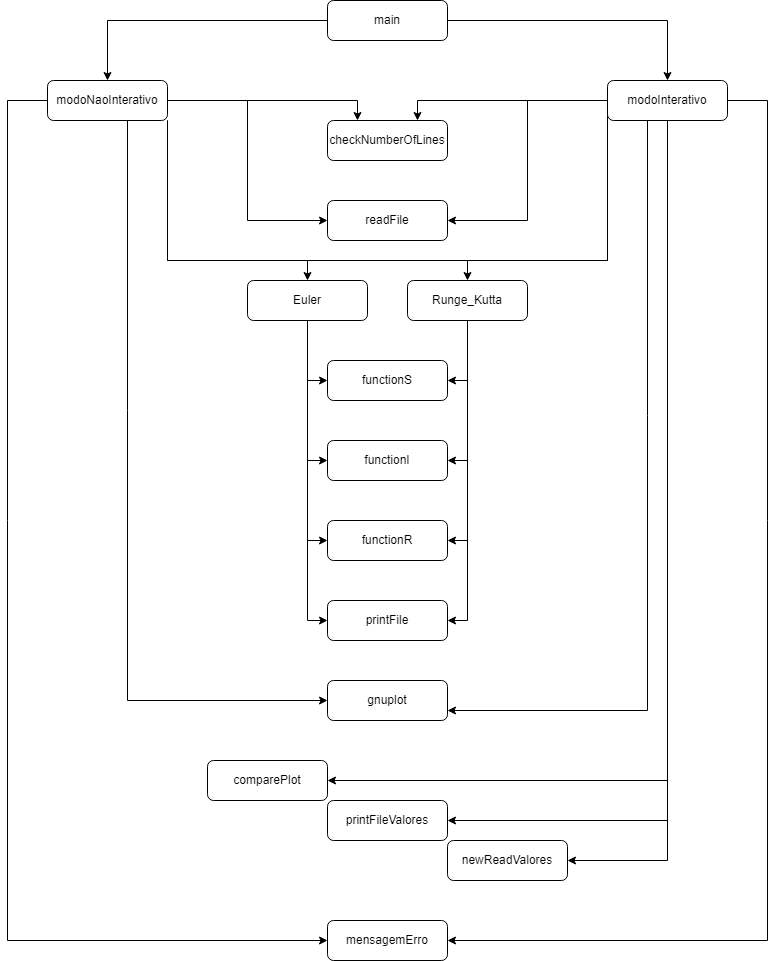
Above: Documentos/Imagens/diagrama.png in PureNimble/ISEP-LAPR1 (draw.io), before the change. Source tidied: cells renumbered, new cells last; positions are measured from the earlier drawing's top-left corner, leaving out a move shared by most shapes. Its diagram source:
```xml
<mxGraphModel>
  <root>
    <mxCell id="0" />
    <mxCell id="1" parent="0" />
    <mxCell id="2" style="edgeStyle=orthogonalEdgeStyle;rounded=0;jettySize=auto;html=1;" parent="1" edge="1" source="4" target="11">
      <mxGeometry relative="1" as="geometry" />
    </mxCell>
    <mxCell id="3" style="edgeStyle=orthogonalEdgeStyle;rounded=0;jettySize=auto;html=1;entryX=0.5;entryY=0;entryDx=0;entryDy=0;" parent="1" edge="1" source="4" target="20">
      <mxGeometry relative="1" as="geometry" />
    </mxCell>
    <mxCell id="4" value="main" style="rounded=1;whiteSpace=wrap;html=1;fontSize=12;glass=0;strokeWidth=1;shadow=0;" parent="1" vertex="1">
      <mxGeometry x="320" width="120" height="40" as="geometry" />
    </mxCell>
    <mxCell id="5" style="edgeStyle=orthogonalEdgeStyle;rounded=0;jettySize=auto;html=1;entryX=0.25;entryY=0;entryDx=0;entryDy=0;" parent="1" edge="1" source="11" target="21">
      <mxGeometry relative="1" as="geometry" />
    </mxCell>
    <mxCell id="6" style="edgeStyle=orthogonalEdgeStyle;rounded=0;jettySize=auto;html=1;entryX=0;entryY=0.5;entryDx=0;entryDy=0;strokeColor=default;" parent="1" edge="1" source="11" target="22">
      <mxGeometry relative="1" as="geometry" />
    </mxCell>
    <mxCell id="7" style="edgeStyle=orthogonalEdgeStyle;rounded=0;jettySize=auto;html=1;entryX=0;entryY=0.5;entryDx=0;entryDy=0;" parent="1" edge="1" source="11" target="23">
      <mxGeometry relative="1" as="geometry">
        <Array as="points">
          <mxPoint y="100" />
          <mxPoint y="940" />
        </Array>
      </mxGeometry>
    </mxCell>
    <mxCell id="8" style="edgeStyle=orthogonalEdgeStyle;rounded=0;jettySize=auto;html=1;entryX=0;entryY=0.5;entryDx=0;entryDy=0;strokeColor=default;endArrow=none;endFill=0;" parent="1" edge="1" source="11" target="20">
      <mxGeometry relative="1" as="geometry">
        <Array as="points">
          <mxPoint x="160" y="260" />
          <mxPoint x="600" y="260" />
        </Array>
      </mxGeometry>
    </mxCell>
    <mxCell id="9" style="edgeStyle=orthogonalEdgeStyle;rounded=0;jettySize=auto;html=1;strokeColor=default;endArrow=classic;endFill=1;" parent="1" edge="1" source="11" target="28">
      <mxGeometry relative="1" as="geometry">
        <Array as="points">
          <mxPoint x="160" y="260" />
          <mxPoint x="300" y="260" />
        </Array>
      </mxGeometry>
    </mxCell>
    <mxCell id="10" style="edgeStyle=orthogonalEdgeStyle;rounded=0;jettySize=auto;html=1;entryX=0;entryY=0.5;entryDx=0;entryDy=0;" parent="1" edge="1" source="11" target="34">
      <mxGeometry relative="1" as="geometry">
        <Array as="points">
          <mxPoint x="120" y="700" />
        </Array>
      </mxGeometry>
    </mxCell>
    <mxCell id="11" value="modoNaoInterativo" style="rounded=1;whiteSpace=wrap;html=1;fontSize=12;glass=0;strokeWidth=1;shadow=0;" parent="1" vertex="1">
      <mxGeometry x="40" y="80" width="120" height="40" as="geometry" />
    </mxCell>
    <mxCell id="12" style="edgeStyle=orthogonalEdgeStyle;rounded=0;jettySize=auto;html=1;entryX=0.75;entryY=0;entryDx=0;entryDy=0;" parent="1" edge="1" source="20" target="21">
      <mxGeometry relative="1" as="geometry" />
    </mxCell>
    <mxCell id="13" style="edgeStyle=orthogonalEdgeStyle;rounded=0;jettySize=auto;html=1;entryX=1;entryY=0.5;entryDx=0;entryDy=0;" parent="1" edge="1" source="20" target="22">
      <mxGeometry relative="1" as="geometry" />
    </mxCell>
    <mxCell id="14" style="edgeStyle=orthogonalEdgeStyle;rounded=0;jettySize=auto;html=1;" parent="1" edge="1" source="20" target="34">
      <mxGeometry relative="1" as="geometry">
        <Array as="points">
          <mxPoint x="640" y="710" />
        </Array>
      </mxGeometry>
    </mxCell>
    <mxCell id="15" style="edgeStyle=orthogonalEdgeStyle;rounded=0;jettySize=auto;html=1;entryX=1;entryY=0.5;entryDx=0;entryDy=0;" parent="1" edge="1" source="20" target="23">
      <mxGeometry relative="1" as="geometry">
        <Array as="points">
          <mxPoint x="760" y="100" />
          <mxPoint x="760" y="940" />
        </Array>
      </mxGeometry>
    </mxCell>
    <mxCell id="16" style="edgeStyle=orthogonalEdgeStyle;rounded=0;jettySize=auto;html=1;entryX=0.5;entryY=0;entryDx=0;entryDy=0;strokeColor=default;endArrow=classic;endFill=1;" parent="1" edge="1" source="20" target="33">
      <mxGeometry relative="1" as="geometry">
        <Array as="points">
          <mxPoint x="600" y="260" />
          <mxPoint x="460" y="260" />
        </Array>
      </mxGeometry>
    </mxCell>
    <mxCell id="17" style="edgeStyle=orthogonalEdgeStyle;rounded=0;jettySize=auto;html=1;entryX=1;entryY=0.5;entryDx=0;entryDy=0;" parent="1" edge="1" source="20" target="39">
      <mxGeometry relative="1" as="geometry">
        <Array as="points">
          <mxPoint x="660" y="780" />
        </Array>
      </mxGeometry>
    </mxCell>
    <mxCell id="18" style="edgeStyle=orthogonalEdgeStyle;rounded=0;jettySize=auto;html=1;entryX=1;entryY=0.5;entryDx=0;entryDy=0;" parent="1" edge="1" source="20" target="40">
      <mxGeometry relative="1" as="geometry">
        <Array as="points">
          <mxPoint x="660" y="820" />
        </Array>
      </mxGeometry>
    </mxCell>
    <mxCell id="19" style="edgeStyle=orthogonalEdgeStyle;rounded=0;jettySize=auto;html=1;entryX=1;entryY=0.5;entryDx=0;entryDy=0;" parent="1" edge="1" source="20" target="41">
      <mxGeometry relative="1" as="geometry">
        <Array as="points">
          <mxPoint x="660" y="860" />
        </Array>
      </mxGeometry>
    </mxCell>
    <mxCell id="20" value="modoInterativo" style="rounded=1;whiteSpace=wrap;html=1;fontSize=12;glass=0;strokeWidth=1;shadow=0;" parent="1" vertex="1">
      <mxGeometry x="600" y="80" width="120" height="40" as="geometry" />
    </mxCell>
    <mxCell id="21" value="checkNumberOfLines" style="rounded=1;whiteSpace=wrap;html=1;fontSize=12;glass=0;strokeWidth=1;shadow=0;" parent="1" vertex="1">
      <mxGeometry x="320" y="120" width="120" height="40" as="geometry" />
    </mxCell>
    <mxCell id="22" value="readFile" style="rounded=1;whiteSpace=wrap;html=1;fontSize=12;glass=0;strokeWidth=1;shadow=0;" parent="1" vertex="1">
      <mxGeometry x="320" y="200" width="120" height="40" as="geometry" />
    </mxCell>
    <mxCell id="23" value="mensagemErro" style="rounded=1;whiteSpace=wrap;html=1;fontSize=12;glass=0;strokeWidth=1;shadow=0;" parent="1" vertex="1">
      <mxGeometry x="320" y="920" width="120" height="40" as="geometry" />
    </mxCell>
    <mxCell id="24" style="edgeStyle=orthogonalEdgeStyle;rounded=0;jettySize=auto;html=1;entryX=0;entryY=0.5;entryDx=0;entryDy=0;" parent="1" edge="1" source="28" target="36">
      <mxGeometry relative="1" as="geometry" />
    </mxCell>
    <mxCell id="25" style="edgeStyle=orthogonalEdgeStyle;rounded=0;jettySize=auto;html=1;entryX=0;entryY=0.5;entryDx=0;entryDy=0;" parent="1" edge="1" source="28" target="35">
      <mxGeometry relative="1" as="geometry" />
    </mxCell>
    <mxCell id="26" style="edgeStyle=orthogonalEdgeStyle;rounded=0;jettySize=auto;html=1;entryX=0;entryY=0.5;entryDx=0;entryDy=0;" parent="1" edge="1" source="28" target="37">
      <mxGeometry relative="1" as="geometry" />
    </mxCell>
    <mxCell id="27" style="edgeStyle=orthogonalEdgeStyle;rounded=0;jettySize=auto;html=1;entryX=0;entryY=0.5;entryDx=0;entryDy=0;" parent="1" edge="1" source="28" target="38">
      <mxGeometry relative="1" as="geometry" />
    </mxCell>
    <mxCell id="28" value="Euler" style="rounded=1;whiteSpace=wrap;html=1;fontSize=12;glass=0;strokeWidth=1;shadow=0;" parent="1" vertex="1">
      <mxGeometry x="240" y="280" width="120" height="40" as="geometry" />
    </mxCell>
    <mxCell id="29" style="edgeStyle=orthogonalEdgeStyle;rounded=0;jettySize=auto;html=1;entryX=1;entryY=0.5;entryDx=0;entryDy=0;" parent="1" edge="1" source="33" target="36">
      <mxGeometry relative="1" as="geometry" />
    </mxCell>
    <mxCell id="30" style="edgeStyle=orthogonalEdgeStyle;rounded=0;jettySize=auto;html=1;entryX=1;entryY=0.5;entryDx=0;entryDy=0;" parent="1" edge="1" source="33" target="35">
      <mxGeometry relative="1" as="geometry" />
    </mxCell>
    <mxCell id="31" style="edgeStyle=orthogonalEdgeStyle;rounded=0;jettySize=auto;html=1;entryX=1;entryY=0.5;entryDx=0;entryDy=0;" parent="1" edge="1" source="33" target="37">
      <mxGeometry relative="1" as="geometry" />
    </mxCell>
    <mxCell id="32" style="edgeStyle=orthogonalEdgeStyle;rounded=0;jettySize=auto;html=1;entryX=1;entryY=0.5;entryDx=0;entryDy=0;" parent="1" edge="1" source="33" target="38">
      <mxGeometry relative="1" as="geometry" />
    </mxCell>
    <mxCell id="33" value="Runge_Kutta" style="rounded=1;whiteSpace=wrap;html=1;fontSize=12;glass=0;strokeWidth=1;shadow=0;" parent="1" vertex="1">
      <mxGeometry x="400" y="280" width="120" height="40" as="geometry" />
    </mxCell>
    <mxCell id="34" value="gnuplot" style="rounded=1;whiteSpace=wrap;html=1;fontSize=12;glass=0;strokeWidth=1;shadow=0;" parent="1" vertex="1">
      <mxGeometry x="320" y="680" width="120" height="40" as="geometry" />
    </mxCell>
    <mxCell id="35" value="functionS" style="rounded=1;whiteSpace=wrap;html=1;fontSize=12;glass=0;strokeWidth=1;shadow=0;" parent="1" vertex="1">
      <mxGeometry x="320" y="360" width="120" height="40" as="geometry" />
    </mxCell>
    <mxCell id="36" value="functionI" style="rounded=1;whiteSpace=wrap;html=1;fontSize=12;glass=0;strokeWidth=1;shadow=0;" parent="1" vertex="1">
      <mxGeometry x="320" y="440" width="120" height="40" as="geometry" />
    </mxCell>
    <mxCell id="37" value="functionR" style="rounded=1;whiteSpace=wrap;html=1;fontSize=12;glass=0;strokeWidth=1;shadow=0;" parent="1" vertex="1">
      <mxGeometry x="320" y="520" width="120" height="40" as="geometry" />
    </mxCell>
    <mxCell id="38" value="printFile" style="rounded=1;whiteSpace=wrap;html=1;fontSize=12;glass=0;strokeWidth=1;shadow=0;" parent="1" vertex="1">
      <mxGeometry x="320" y="600" width="120" height="40" as="geometry" />
    </mxCell>
    <mxCell id="39" value="comparePlot" style="rounded=1;whiteSpace=wrap;html=1;fontSize=12;glass=0;strokeWidth=1;shadow=0;" parent="1" vertex="1">
      <mxGeometry x="200" y="760" width="120" height="40" as="geometry" />
    </mxCell>
    <mxCell id="40" value="printFileValores" style="rounded=1;whiteSpace=wrap;html=1;fontSize=12;glass=0;strokeWidth=1;shadow=0;" parent="1" vertex="1">
      <mxGeometry x="320" y="800" width="120" height="40" as="geometry" />
    </mxCell>
    <mxCell id="41" value="newReadValores" style="rounded=1;whiteSpace=wrap;html=1;fontSize=12;glass=0;strokeWidth=1;shadow=0;" parent="1" vertex="1">
      <mxGeometry x="440" y="840" width="120" height="40" as="geometry" />
    </mxCell>
  </root>
</mxGraphModel>
```
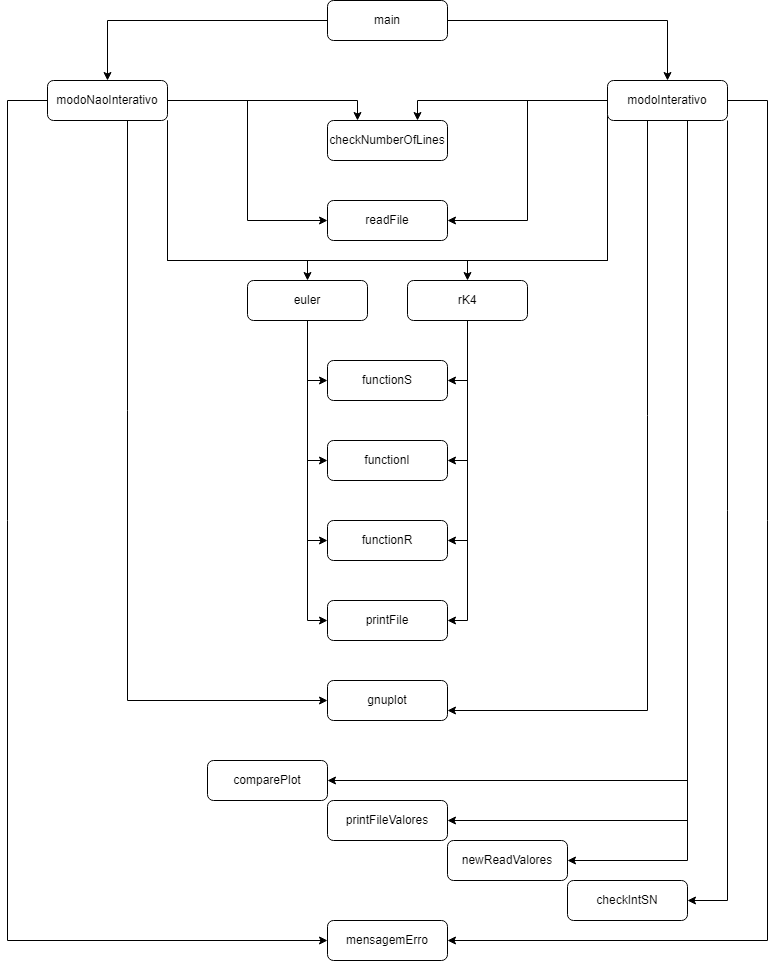
Above is the later version.

What changed in the source:
```diff
@@ -83,24 +83,31 @@
     <mxCell id="17" style="edgeStyle=orthogonalEdgeStyle;rounded=0;jettySize=auto;html=1;entryX=1;entryY=0.5;entryDx=0;entryDy=0;" parent="1" edge="1" source="20" target="39">
       <mxGeometry relative="1" as="geometry">
         <Array as="points">
-          <mxPoint x="660" y="780" />
+          <mxPoint x="680" y="780" />
         </Array>
       </mxGeometry>
     </mxCell>
     <mxCell id="18" style="edgeStyle=orthogonalEdgeStyle;rounded=0;jettySize=auto;html=1;entryX=1;entryY=0.5;entryDx=0;entryDy=0;" parent="1" edge="1" source="20" target="40">
       <mxGeometry relative="1" as="geometry">
         <Array as="points">
-          <mxPoint x="660" y="820" />
+          <mxPoint x="680" y="820" />
         </Array>
       </mxGeometry>
     </mxCell>
     <mxCell id="19" style="edgeStyle=orthogonalEdgeStyle;rounded=0;jettySize=auto;html=1;entryX=1;entryY=0.5;entryDx=0;entryDy=0;" parent="1" edge="1" source="20" target="41">
       <mxGeometry relative="1" as="geometry">
         <Array as="points">
-          <mxPoint x="660" y="860" />
+          <mxPoint x="680" y="860" />
         </Array>
       </mxGeometry>
     </mxCell>
+    <mxCell id="42" style="edgeStyle=orthogonalEdgeStyle;rounded=0;jettySize=auto;html=1;entryX=1;entryY=0.5;entryDx=0;entryDy=0;" parent="1" edge="1" source="20" target="43">
+      <mxGeometry relative="1" as="geometry">
+        <Array as="points">
+          <mxPoint x="720" y="900" />
+        </Array>
+      </mxGeometry>
+    </mxCell>
     <mxCell id="20" value="modoInterativo" style="rounded=1;whiteSpace=wrap;html=1;fontSize=12;glass=0;strokeWidth=1;shadow=0;" parent="1" vertex="1">
       <mxGeometry x="600" y="80" width="120" height="40" as="geometry" />
     </mxCell>
@@ -125,7 +132,7 @@
     <mxCell id="27" style="edgeStyle=orthogonalEdgeStyle;rounded=0;jettySize=auto;html=1;entryX=0;entryY=0.5;entryDx=0;entryDy=0;" parent="1" edge="1" source="28" target="38">
       <mxGeometry relative="1" as="geometry" />
     </mxCell>
-    <mxCell id="28" value="Euler" style="rounded=1;whiteSpace=wrap;html=1;fontSize=12;glass=0;strokeWidth=1;shadow=0;" parent="1" vertex="1">
+    <mxCell id="28" value="euler" style="rounded=1;whiteSpace=wrap;html=1;fontSize=12;glass=0;strokeWidth=1;shadow=0;" parent="1" vertex="1">
       <mxGeometry x="240" y="280" width="120" height="40" as="geometry" />
     </mxCell>
     <mxCell id="29" style="edgeStyle=orthogonalEdgeStyle;rounded=0;jettySize=auto;html=1;entryX=1;entryY=0.5;entryDx=0;entryDy=0;" parent="1" edge="1" source="33" target="36">
@@ -140,7 +147,7 @@
     <mxCell id="32" style="edgeStyle=orthogonalEdgeStyle;rounded=0;jettySize=auto;html=1;entryX=1;entryY=0.5;entryDx=0;entryDy=0;" parent="1" edge="1" source="33" target="38">
       <mxGeometry relative="1" as="geometry" />
     </mxCell>
-    <mxCell id="33" value="Runge_Kutta" style="rounded=1;whiteSpace=wrap;html=1;fontSize=12;glass=0;strokeWidth=1;shadow=0;" parent="1" vertex="1">
+    <mxCell id="33" value="rK4" style="rounded=1;whiteSpace=wrap;html=1;fontSize=12;glass=0;strokeWidth=1;shadow=0;" parent="1" vertex="1">
       <mxGeometry x="400" y="280" width="120" height="40" as="geometry" />
     </mxCell>
     <mxCell id="34" value="gnuplot" style="rounded=1;whiteSpace=wrap;html=1;fontSize=12;glass=0;strokeWidth=1;shadow=0;" parent="1" vertex="1">
@@ -167,5 +174,8 @@
     <mxCell id="41" value="newReadValores" style="rounded=1;whiteSpace=wrap;html=1;fontSize=12;glass=0;strokeWidth=1;shadow=0;" parent="1" vertex="1">
       <mxGeometry x="440" y="840" width="120" height="40" as="geometry" />
     </mxCell>
+    <mxCell id="43" value="checkIntSN" style="rounded=1;whiteSpace=wrap;html=1;fontSize=12;glass=0;strokeWidth=1;shadow=0;" parent="1" vertex="1">
+      <mxGeometry x="560" y="880" width="120" height="40" as="geometry" />
+    </mxCell>
   </root>
 </mxGraphModel>
```
